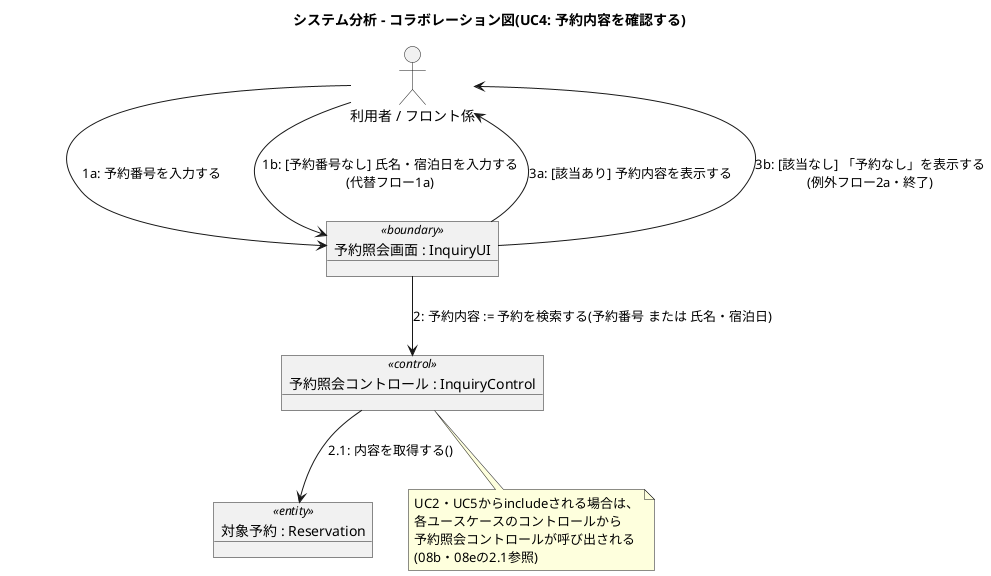
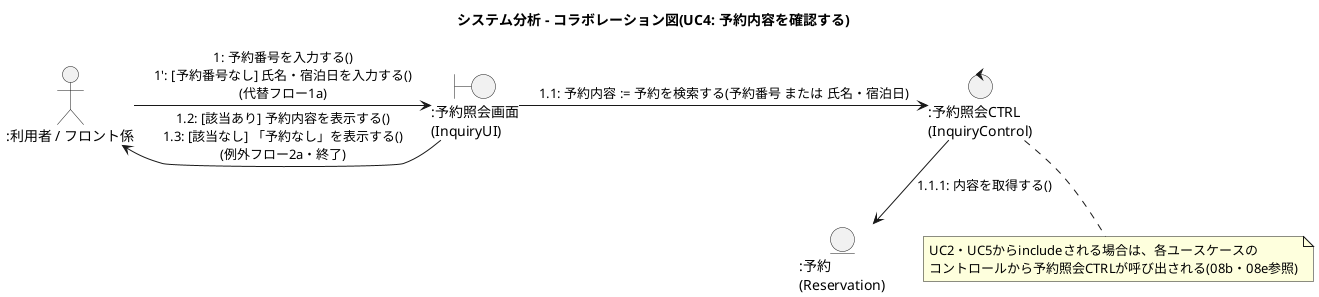
@startuml collaboration_uc4_inquiry
- allowmixing
title システム分析 - コラボレーション図(UC4: 予約内容を確認する)

- actor "利用者 / フロント係" as Actor
- object "予約照会画面 : InquiryUI" as UI <<boundary>>
- object "予約照会コントロール : InquiryControl" as Ctrl <<control>>
- object "対象予約 : Reservation" as Rsv <<entity>>
+ actor ":利用者 / フロント係" as Actor
+ boundary ":予約照会画面\n(InquiryUI)" as UI
+ control ":予約照会CTRL\n(InquiryControl)" as Ctrl
+ entity ":予約\n(Reservation)" as Rsv

- note bottom of Ctrl : UC2・UC5からincludeされる場合は、\n各ユースケースのコントロールから\n予約照会コントロールが呼び出される\n(08b・08eの2.1参照)
+ Actor -right-> UI : 1: 予約番号を入力する()\n1': [予約番号なし] 氏名・宿泊日を入力する()\n(代替フロー1a)
+ UI -left-> Actor : 1.2: [該当あり] 予約内容を表示する()\n1.3: [該当なし] 「予約なし」を表示する()\n(例外フロー2a・終了)
+ UI -right-> Ctrl : 1.1: 予約内容 := 予約を検索する(予約番号 または 氏名・宿泊日)
+ Ctrl -down-> Rsv : 1.1.1: 内容を取得する()

- Actor --> UI : 1a: 予約番号を入力する
- Actor --> UI : 1b: [予約番号なし] 氏名・宿泊日を入力する\n(代替フロー1a)
- UI --> Ctrl : 2: 予約内容 := 予約を検索する(予約番号 または 氏名・宿泊日)
- Ctrl --> Rsv : 2.1: 内容を取得する()
- UI --> Actor : 3a: [該当あり] 予約内容を表示する
- UI --> Actor : 3b: [該当なし] 「予約なし」を表示する\n(例外フロー2a・終了)
+ note bottom of Ctrl : UC2・UC5からincludeされる場合は、各ユースケースの\nコントロールから予約照会CTRLが呼び出される(08b・08e参照)

@enduml
